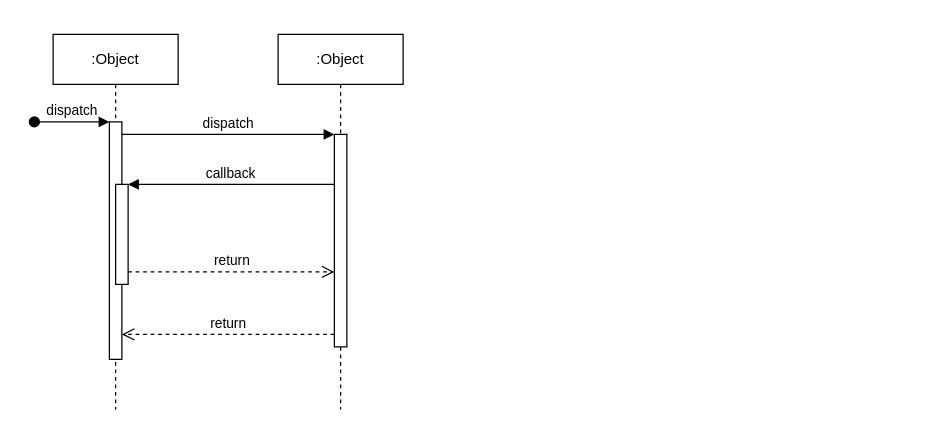
Before: Documentation/Untitled Diagram.drawio in IvoRum/Fit-Fusion, a draw.io diagram. Source tidied: cells renumbered, new cells numbered last; positions are measured from the earlier drawing's top-left corner, leaving out a move shared by most shapes. Both pictures are drawn from the tidied source at 125%, with x=0, y=0 at pixel (34, 34).
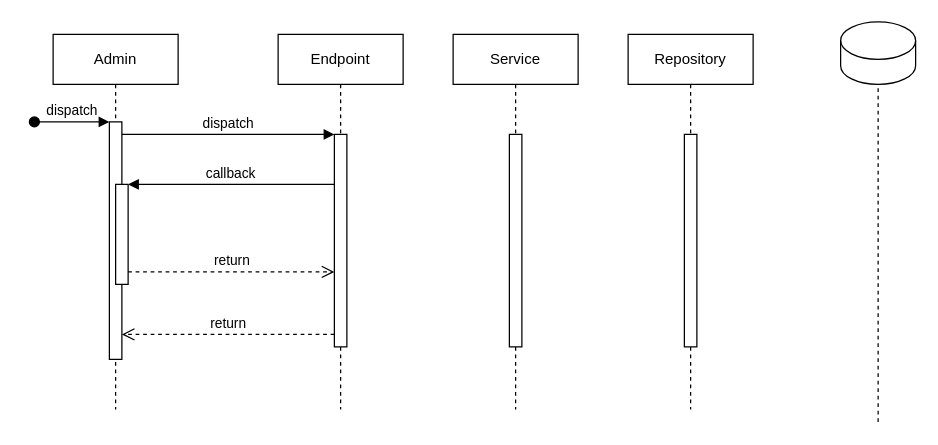
The same page after the edit.

Diff of the diagram source:
```diff
@@
-    <mxCell id="2" value=":Object" style="shape=umlLifeline;perimeter=lifelinePerimeter;whiteSpace=wrap;html=1;newEdgeStyle={&quot;edgeStyle&quot;:&quot;elbowEdgeStyle&quot;,&quot;elbow&quot;:&quot;vertical&quot;,&quot;curved&quot;:0,&quot;rounded&quot;:0};" parent="1" vertex="1">
+    <mxCell id="2" value="Admin" style="shape=umlLifeline;perimeter=lifelinePerimeter;whiteSpace=wrap;html=1;newEdgeStyle={&quot;edgeStyle&quot;:&quot;elbowEdgeStyle&quot;,&quot;elbow&quot;:&quot;vertical&quot;,&quot;curved&quot;:0,&quot;rounded&quot;:0};" parent="1" vertex="1">
       <mxGeometry x="15" width="100" height="300" as="geometry" />
     </mxCell>
@@
-    <mxCell id="6" value=":Object" style="shape=umlLifeline;perimeter=lifelinePerimeter;whiteSpace=wrap;html=1;newEdgeStyle={&quot;edgeStyle&quot;:&quot;elbowEdgeStyle&quot;,&quot;elbow&quot;:&quot;vertical&quot;,&quot;curved&quot;:0,&quot;rounded&quot;:0};" parent="1" vertex="1">
+    <mxCell id="6" value="Endpoint" style="shape=umlLifeline;perimeter=lifelinePerimeter;whiteSpace=wrap;html=1;newEdgeStyle={&quot;edgeStyle&quot;:&quot;elbowEdgeStyle&quot;,&quot;elbow&quot;:&quot;vertical&quot;,&quot;curved&quot;:0,&quot;rounded&quot;:0};" parent="1" vertex="1">
       <mxGeometry x="195" width="100" height="300" as="geometry" />
     </mxCell>
@@
+    <mxCell id="12" value="Service" style="shape=umlLifeline;perimeter=lifelinePerimeter;whiteSpace=wrap;html=1;newEdgeStyle={&quot;edgeStyle&quot;:&quot;elbowEdgeStyle&quot;,&quot;elbow&quot;:&quot;vertical&quot;,&quot;curved&quot;:0,&quot;rounded&quot;:0};" parent="1" vertex="1">
+      <mxGeometry x="335" width="100" height="300" as="geometry" />
+    </mxCell>
+    <mxCell id="13" style="html=1;perimeter=orthogonalPerimeter;targetShapes=umlLifeline;newEdgeStyle={&quot;edgeStyle&quot;:&quot;elbowEdgeStyle&quot;,&quot;elbow&quot;:&quot;vertical&quot;,&quot;curved&quot;:0,&quot;rounded&quot;:0};" parent="12" vertex="1">
+      <mxGeometry x="45" y="80" width="10" height="170" as="geometry" />
+    </mxCell>
+    <mxCell id="14" value="Repository" style="shape=umlLifeline;perimeter=lifelinePerimeter;whiteSpace=wrap;html=1;newEdgeStyle={&quot;edgeStyle&quot;:&quot;elbowEdgeStyle&quot;,&quot;elbow&quot;:&quot;vertical&quot;,&quot;curved&quot;:0,&quot;rounded&quot;:0};" parent="1" vertex="1">
+      <mxGeometry x="475" width="100" height="300" as="geometry" />
+    </mxCell>
+    <mxCell id="15" style="html=1;perimeter=orthogonalPerimeter;targetShapes=umlLifeline;newEdgeStyle={&quot;edgeStyle&quot;:&quot;elbowEdgeStyle&quot;,&quot;elbow&quot;:&quot;vertical&quot;,&quot;curved&quot;:0,&quot;rounded&quot;:0};" parent="14" vertex="1">
+      <mxGeometry x="45" y="80" width="10" height="170" as="geometry" />
+    </mxCell>
+    <mxCell id="16" style="shape=cylinder3;whiteSpace=wrap;html=1;boundedLbl=1;backgroundOutline=1;size=15;" parent="1" vertex="1">
+      <mxGeometry x="645" y="-10" width="60" height="50" as="geometry" />
+    </mxCell>
+    <mxCell id="17" style="endArrow=none;dashed=1;html=1;rounded=0;entryX=0.5;entryY=1;entryDx=0;entryDy=0;entryPerimeter=0;" parent="1" edge="1" target="16">
+      <mxGeometry relative="1" as="geometry">
+        <mxPoint x="675" y="310" as="sourcePoint" />
+      </mxGeometry>
+    </mxCell>
```
